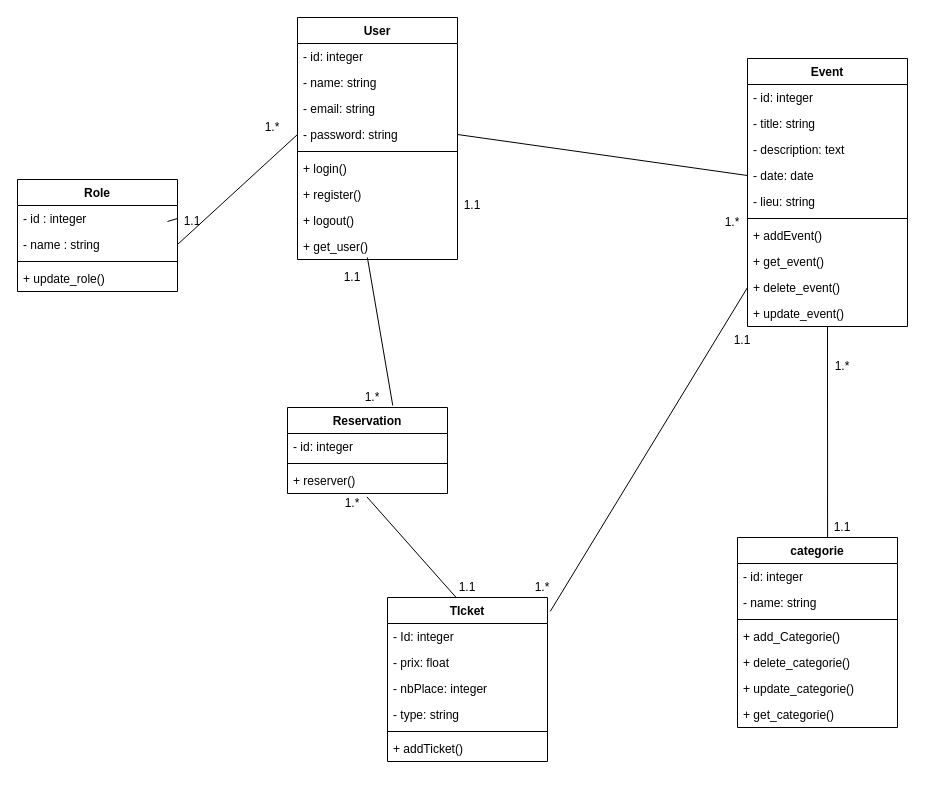
The draw.io diagram conception/DC.drawio in AmeksaKhadija/Evento, before the edit. Source tidied: cells renumbered, new cells numbered last; positions are measured from the earlier drawing's top-left corner, leaving out a move shared by most shapes. Both pictures are drawn from the tidied source at 100%, with x=0, y=0 at pixel (17, 17).
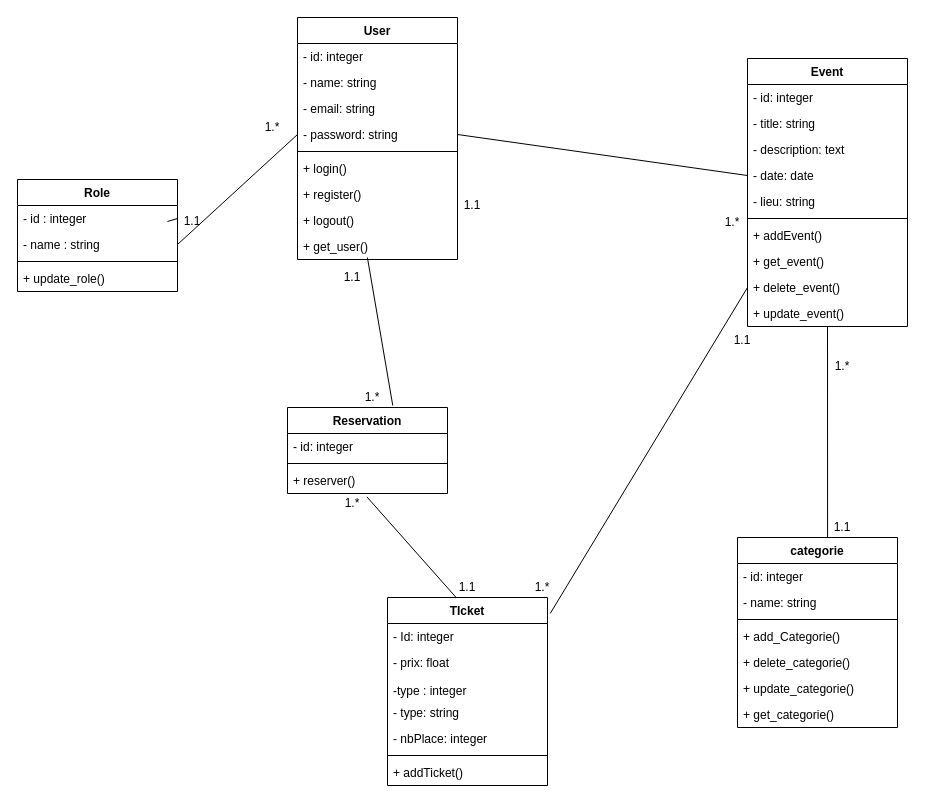
The same diagram, later.

The edit, as a diff of the source:
```diff
@@
     <mxCell id="31" value="TIcket" style="swimlane;fontStyle=1;align=center;verticalAlign=top;horizontal=1;startSize=26;" parent="1" vertex="1">
-      <mxGeometry x="370" y="580" width="160" height="164" as="geometry" />
+      <mxGeometry x="370" y="580" width="160" height="188" as="geometry" />
     </mxCell>
@@
-    <mxCell id="33" value="- prix: float" style="text;strokeColor=none;fillColor=none;align=left;verticalAlign=top;spacingLeft=4;spacingRight=4;overflow=hidden;" parent="31" vertex="1">
-      <mxGeometry y="52" width="160" height="26" as="geometry" />
+    <mxCell id="33" value="- prix: float&#10;&#10;-type : integer" style="text;strokeColor=none;fillColor=none;align=left;verticalAlign=top;spacingLeft=4;spacingRight=4;overflow=hidden;" parent="31" vertex="1">
+      <mxGeometry y="52" width="160" height="50" as="geometry" />
     </mxCell>
+    <mxCell id="35" value="- type: string" style="text;strokeColor=none;fillColor=none;align=left;verticalAlign=top;spacingLeft=4;spacingRight=4;overflow=hidden;" parent="31" vertex="1">
+      <mxGeometry y="102" width="160" height="26" as="geometry" />
+    </mxCell>
     <mxCell id="34" value="- nbPlace: integer" style="text;strokeColor=none;fillColor=none;align=left;verticalAlign=top;spacingLeft=4;spacingRight=4;overflow=hidden;" parent="31" vertex="1">
-      <mxGeometry y="78" width="160" height="26" as="geometry" />
+      <mxGeometry y="128" width="160" height="26" as="geometry" />
     </mxCell>
-    <mxCell id="35" value="- type: string" style="text;strokeColor=none;fillColor=none;align=left;verticalAlign=top;spacingLeft=4;spacingRight=4;overflow=hidden;" parent="31" vertex="1">
-      <mxGeometry y="104" width="160" height="26" as="geometry" />
-    </mxCell>
     <mxCell id="36" style="line;strokeWidth=1;fillColor=none;align=left;verticalAlign=middle;spacingTop=-1;spacingLeft=3;spacingRight=3;labelPosition=right;strokeColor=inherit;" parent="31" vertex="1">
-      <mxGeometry y="130" width="160" height="8" as="geometry" />
+      <mxGeometry y="154" width="160" height="8" as="geometry" />
     </mxCell>
     <mxCell id="37" value="+ addTicket()" style="text;strokeColor=none;fillColor=none;align=left;verticalAlign=top;spacingLeft=4;spacingRight=4;overflow=hidden;" parent="31" vertex="1">
-      <mxGeometry y="138" width="160" height="26" as="geometry" />
+      <mxGeometry y="162" width="160" height="26" as="geometry" />
     </mxCell>
```
